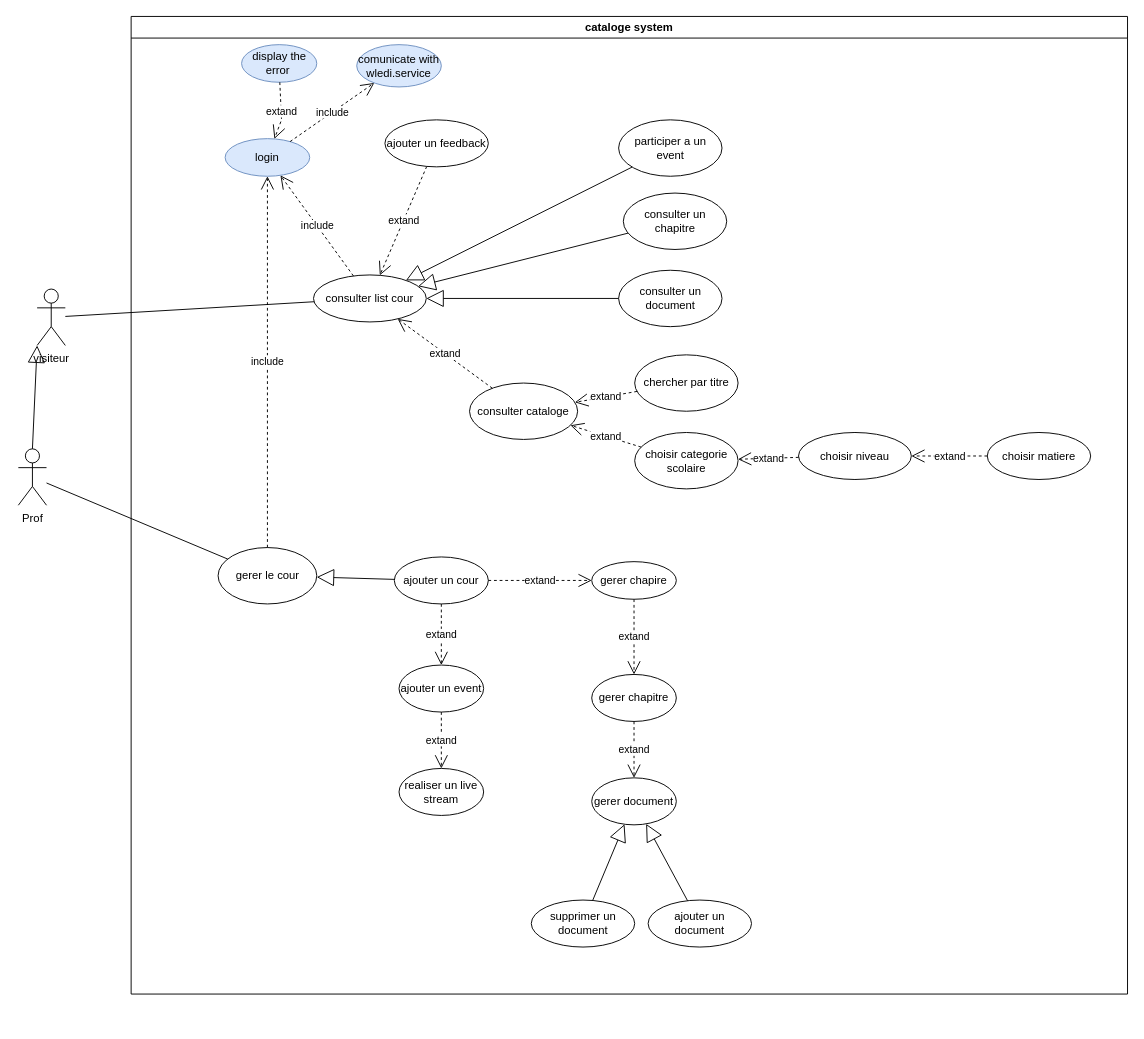
The draw.io diagram use_case_catalog.drawio in faresUnderScore999/test1.0, before the edit. Source tidied: cells renumbered, new cells numbered last; positions are measured from the earlier drawing's top-left corner, leaving out a move shared by most shapes. Both pictures are drawn from the tidied source at 94%, with x=0, y=0 at pixel (18, 16).
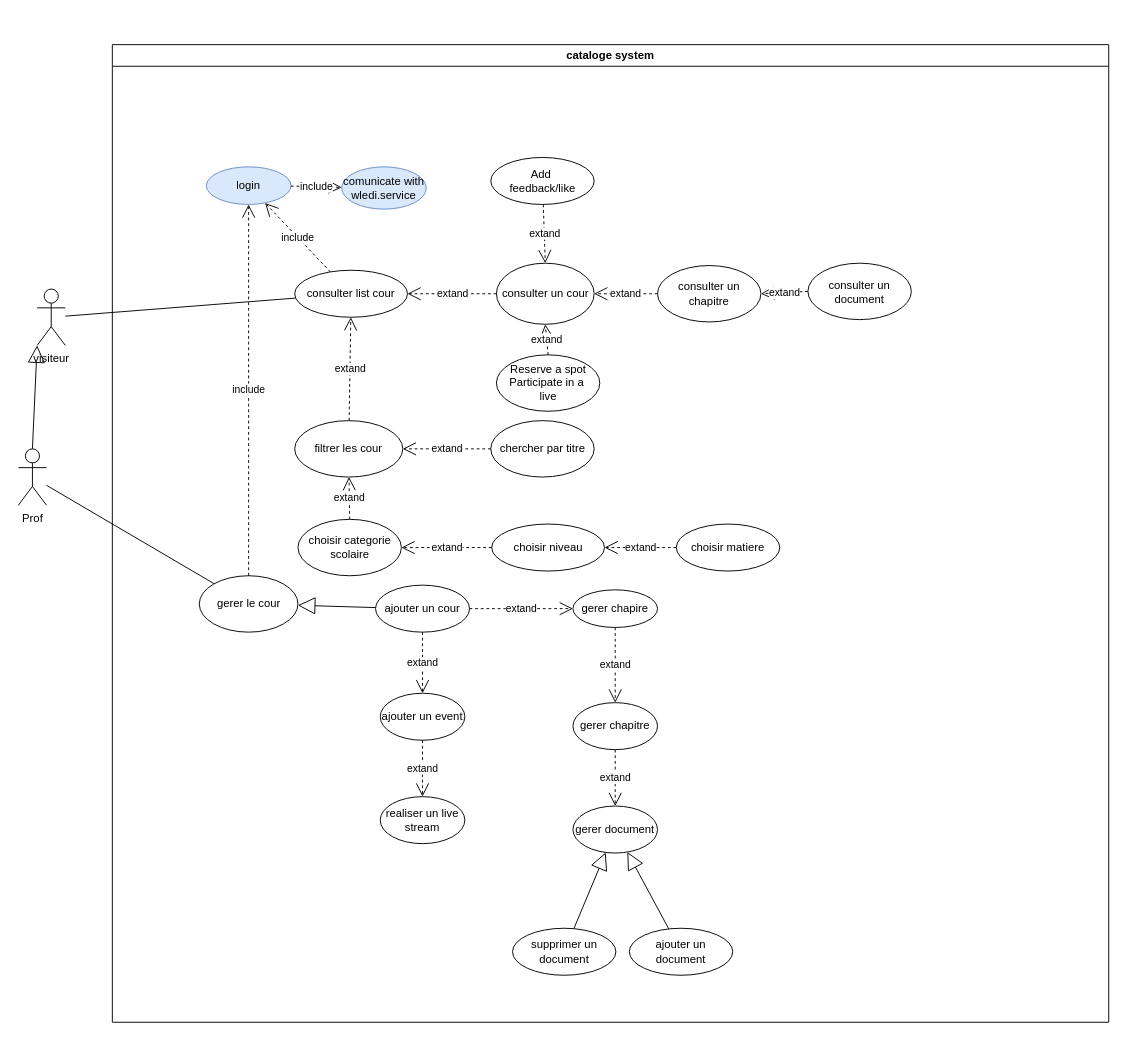
After the change.

Commit message (it also covers changes not shown here):
Mettre à jour use_case_catalog.drawio

The change refers to these unchanged cells:
```xml
<mxCell id="4" value="login" style="ellipse;whiteSpace=wrap;html=1;fillColor=#dae8fc;strokeColor=#6c8ebf;" parent="3" vertex="1">
  <mxGeometry x="100" y="130" width="90" height="40" as="geometry" />
</mxCell>
```

What changed in the source:
```diff
@@
     <mxCell id="3" value="cataloge system" style="swimlane;whiteSpace=wrap;html=1;" parent="1" vertex="1">
-      <mxGeometry x="120" width="1060" height="1040" as="geometry" />
+      <mxGeometry x="100" y="30" width="1060" height="1040" as="geometry" />
     </mxCell>
@@
     <mxCell id="5" value="comunicate with wledi.service" style="ellipse;whiteSpace=wrap;html=1;fillColor=#dae8fc;strokeColor=#6c8ebf;" parent="3" vertex="1">
-      <mxGeometry x="240" y="30" width="90" height="45" as="geometry" />
+      <mxGeometry x="244" y="130" width="90" height="45" as="geometry" />
     </mxCell>
@@
-    <mxCell id="7" value="display the error&amp;nbsp;" style="ellipse;whiteSpace=wrap;html=1;fillColor=#dae8fc;strokeColor=#6c8ebf;" parent="3" vertex="1">
-      <mxGeometry x="117.5" y="30" width="80" height="40" as="geometry" />
-    </mxCell>
-    <mxCell id="8" value="extand" style="endArrow=open;endSize=12;dashed=1;html=1;rounded=0;" parent="3" edge="1" source="7" target="4">
-      <mxGeometry relative="1" as="geometry">
-        <Array as="points">
-          <mxPoint x="160" y="110" />
-        </Array>
-      </mxGeometry>
-    </mxCell>
     <mxCell id="9" value="consulter list cour" style="ellipse;whiteSpace=wrap;html=1;" parent="3" vertex="1">
-      <mxGeometry x="194" y="275" width="120" height="50" as="geometry" />
+      <mxGeometry x="194" y="240" width="120" height="50" as="geometry" />
     </mxCell>
@@
-    <mxCell id="11" value="consulter cataloge" style="ellipse;whiteSpace=wrap;html=1;" parent="3" vertex="1">
-      <mxGeometry x="360" y="390" width="115" height="60" as="geometry" />
+    <mxCell id="11" value="filtrer les cour" style="ellipse;whiteSpace=wrap;html=1;" parent="3" vertex="1">
+      <mxGeometry x="194" y="400" width="115" height="60" as="geometry" />
     </mxCell>
@@
     <mxCell id="13" value="chercher par titre" style="ellipse;whiteSpace=wrap;html=1;" parent="3" vertex="1">
-      <mxGeometry x="535.7" y="360" width="110" height="60" as="geometry" />
+      <mxGeometry x="402.6" y="400" width="110" height="60" as="geometry" />
     </mxCell>
     <mxCell id="14" value="choisir categorie scolaire" style="ellipse;whiteSpace=wrap;html=1;" parent="3" vertex="1">
-      <mxGeometry x="535.7" y="442.6" width="110" height="60" as="geometry" />
+      <mxGeometry x="197.5" y="505" width="110" height="60" as="geometry" />
     </mxCell>
     <mxCell id="15" value="choisir niveau" style="ellipse;whiteSpace=wrap;html=1;" parent="3" vertex="1">
-      <mxGeometry x="710" y="442.6" width="120" height="50" as="geometry" />
+      <mxGeometry x="403.6" y="510" width="120" height="50" as="geometry" />
     </mxCell>
     <mxCell id="16" value="choisir matiere" style="ellipse;whiteSpace=wrap;html=1;" parent="3" vertex="1">
-      <mxGeometry x="910.8" y="442.6" width="110" height="50" as="geometry" />
+      <mxGeometry x="600" y="510" width="110" height="50" as="geometry" />
     </mxCell>
@@
     <mxCell id="32" value="consulter un chapitre" style="ellipse;whiteSpace=wrap;html=1;" parent="3" vertex="1">
-      <mxGeometry x="523.6" y="187.9" width="110" height="60" as="geometry" />
+      <mxGeometry x="580" y="235" width="110" height="60" as="geometry" />
     </mxCell>
-    <mxCell id="33" style="endArrow=block;endSize=16;endFill=0;html=1;rounded=0;" parent="3" edge="1" source="32" target="9">
-      <mxGeometry relative="1" as="geometry" />
-    </mxCell>
     <mxCell id="34" value="consulter un document" style="ellipse;whiteSpace=wrap;html=1;" parent="3" vertex="1">
-      <mxGeometry x="518.6" y="270" width="110" height="60" as="geometry" />
+      <mxGeometry x="740" y="232.5" width="110" height="60" as="geometry" />
     </mxCell>
-    <mxCell id="35" style="endArrow=block;endSize=16;endFill=0;html=1;rounded=0;" parent="3" edge="1" source="34" target="9">
-      <mxGeometry relative="1" as="geometry" />
-    </mxCell>
@@
-    <mxCell id="38" value="participer a un event" style="ellipse;whiteSpace=wrap;html=1;" parent="3" vertex="1">
-      <mxGeometry x="518.6" y="110" width="110" height="60" as="geometry" />
+    <mxCell id="38" value="Reserve a spot&lt;div&gt;Participate in a&amp;nbsp;&lt;/div&gt;&lt;div&gt;live&lt;br&gt;&lt;/div&gt;" style="ellipse;whiteSpace=wrap;html=1;" parent="3" vertex="1">
+      <mxGeometry x="408.6" y="330" width="110" height="60" as="geometry" />
     </mxCell>
-    <mxCell id="39" style="endArrow=block;endSize=16;endFill=0;html=1;rounded=0;" parent="3" edge="1" source="38" target="9">
-      <mxGeometry relative="1" as="geometry" />
-    </mxCell>
-    <mxCell id="40" value="ajouter un feedback" style="ellipse;whiteSpace=wrap;html=1;" parent="3" vertex="1">
-      <mxGeometry x="270" y="110" width="110" height="50" as="geometry" />
+    <mxCell id="40" value="Add&amp;nbsp;&lt;div&gt;feedback/like&lt;/div&gt;" style="ellipse;whiteSpace=wrap;html=1;" parent="3" vertex="1">
+      <mxGeometry x="402.6" y="120" width="110" height="50" as="geometry" />
     </mxCell>
-    <mxCell id="41" value="extand" style="endArrow=open;endSize=12;dashed=1;html=1;rounded=0;" parent="3" edge="1" source="40" target="9">
+    <mxCell id="41" value="extand" style="endArrow=open;endSize=12;dashed=1;html=1;rounded=0;entryX=0.5;entryY=0;entryDx=0;entryDy=0;" parent="3" edge="1" source="40" target="51">
       <mxGeometry relative="1" as="geometry" />
     </mxCell>
@@
+    <mxCell id="51" value="consulter un cour" style="ellipse;whiteSpace=wrap;html=1;" parent="3" vertex="1">
+      <mxGeometry x="408.6" y="232.5" width="104" height="65" as="geometry" />
+    </mxCell>
+    <mxCell id="8" value="extand" style="endArrow=open;endSize=12;dashed=1;html=1;rounded=0;" parent="3" edge="1" source="51" target="9">
+      <mxGeometry relative="1" as="geometry" />
+    </mxCell>
+    <mxCell id="52" value="extand" style="endArrow=open;endSize=12;dashed=1;html=1;rounded=0;exitX=0;exitY=0.5;exitDx=0;exitDy=0;entryX=1;entryY=0.5;entryDx=0;entryDy=0;" parent="3" edge="1" source="32" target="51">
+      <mxGeometry relative="1" as="geometry" />
+    </mxCell>
+    <mxCell id="53" value="extand" style="endArrow=open;endSize=12;dashed=1;html=1;rounded=0;exitX=0;exitY=0.5;exitDx=0;exitDy=0;entryX=1;entryY=0.5;entryDx=0;entryDy=0;" parent="3" edge="1" source="34" target="32">
+      <mxGeometry relative="1" as="geometry" />
+    </mxCell>
+    <mxCell id="54" value="extand" style="endArrow=open;endSize=12;dashed=1;html=1;rounded=0;exitX=0.5;exitY=0;exitDx=0;exitDy=0;entryX=0.5;entryY=1;entryDx=0;entryDy=0;" parent="3" edge="1" source="38" target="51">
+      <mxGeometry relative="1" as="geometry" />
+    </mxCell>
```
